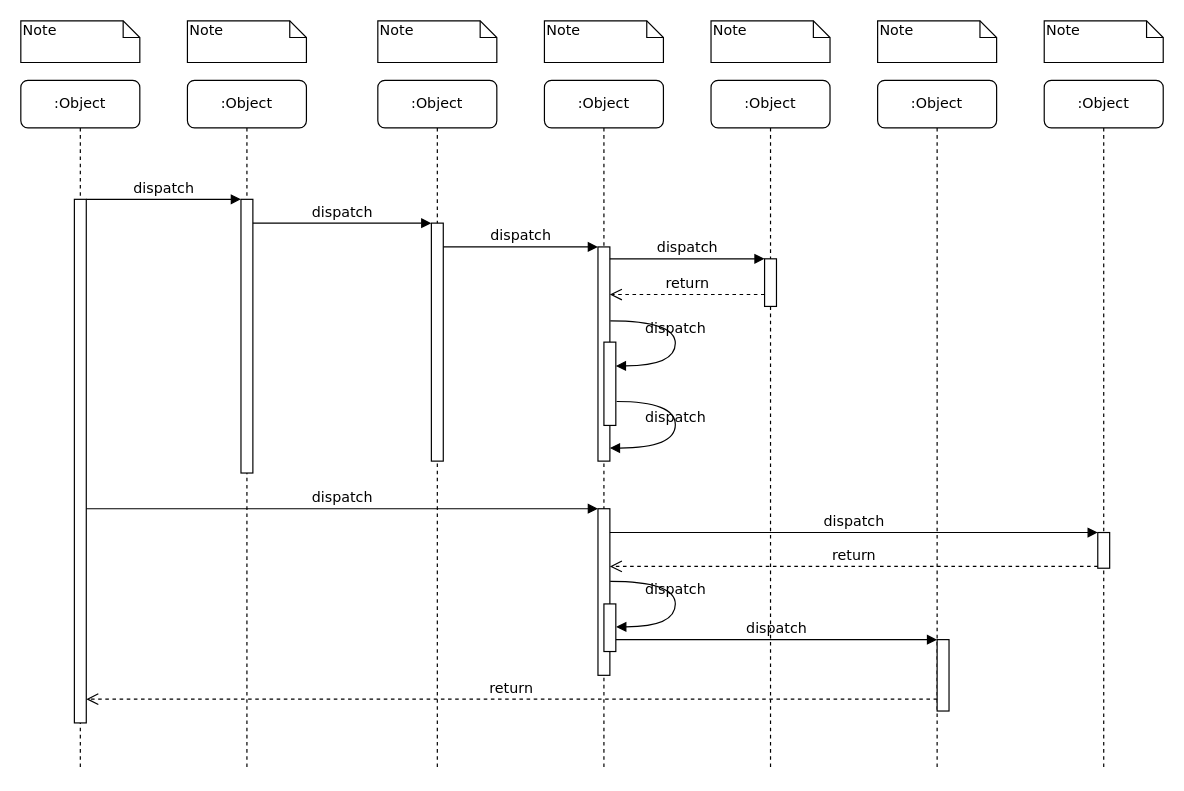
Before: 未命名绘图.drawio in zylhorse/diagrams, a draw.io diagram. Source tidied: cells renumbered, new cells numbered last; positions are measured from the earlier drawing's top-left corner, leaving out a move shared by most shapes. Both pictures are drawn from the tidied source at 119%, with x=0, y=0 at pixel (20, 20).
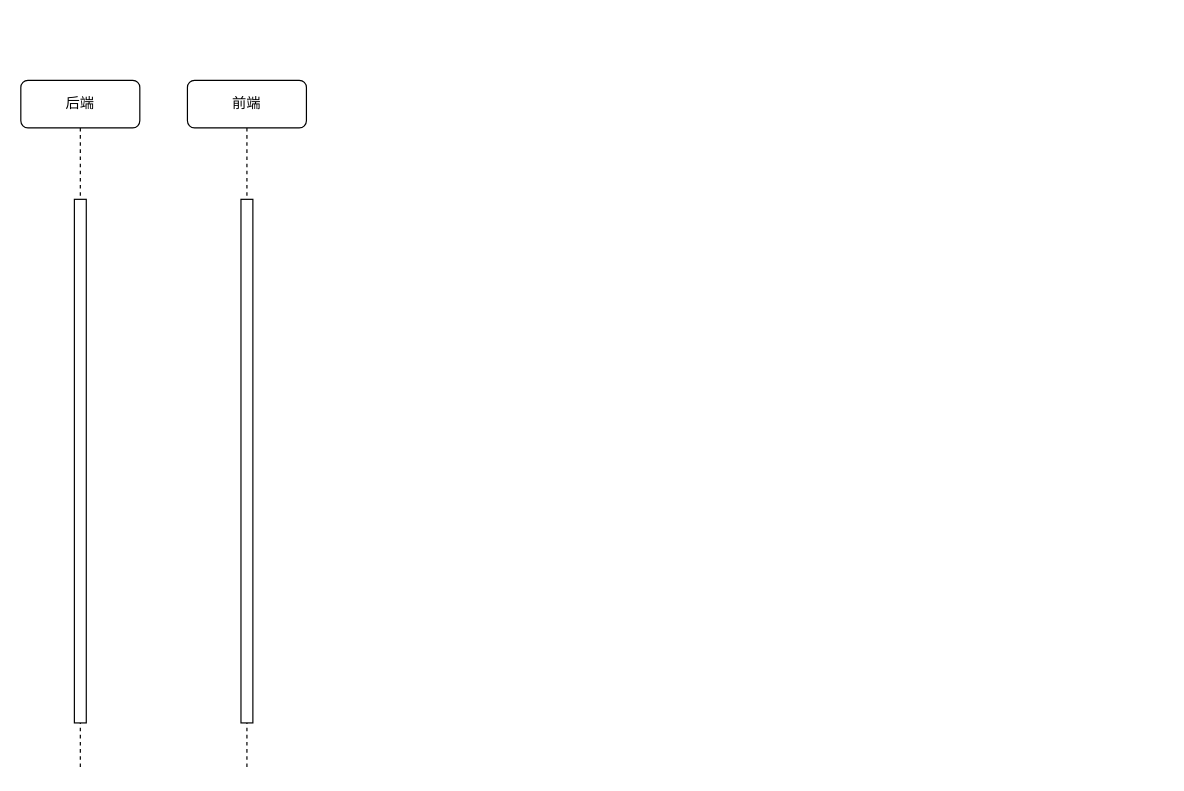
The same page after the edit.

The change refers to these unchanged cells:
```xml
<mxCell id="11" style="html=1;points=[];perimeter=orthogonalPerimeter;rounded=0;shadow=0;comic=0;labelBackgroundColor=none;strokeWidth=1;fontFamily=Verdana;fontSize=12;align=center;" parent="10" vertex="1">
  <mxGeometry x="45" y="100" width="10" height="440" as="geometry" />
</mxCell>
```

What changed in the source:
```diff
@@
-    <mxCell id="2" value=":Object" style="shape=umlLifeline;perimeter=lifelinePerimeter;whiteSpace=wrap;html=1;rounded=1;shadow=0;comic=0;labelBackgroundColor=none;strokeWidth=1;fontFamily=Verdana;fontSize=12;align=center;" parent="1" vertex="1">
+    <mxCell id="2" value="前端" style="shape=umlLifeline;perimeter=lifelinePerimeter;whiteSpace=wrap;html=1;rounded=1;shadow=0;comic=0;labelBackgroundColor=none;strokeWidth=1;fontFamily=Verdana;fontSize=12;align=center;" parent="1" vertex="1">
       <mxGeometry x="140" y="50" width="100" height="580" as="geometry" />
     </mxCell>
     <mxCell id="3" style="html=1;points=[];perimeter=orthogonalPerimeter;rounded=0;shadow=0;comic=0;labelBackgroundColor=none;strokeWidth=1;fontFamily=Verdana;fontSize=12;align=center;" parent="2" vertex="1">
-      <mxGeometry x="45" y="100" width="10" height="230" as="geometry" />
+      <mxGeometry x="45" y="100" width="10" height="440" as="geometry" />
     </mxCell>
-    <mxCell id="4" value=":Object" style="shape=umlLifeline;perimeter=lifelinePerimeter;whiteSpace=wrap;html=1;rounded=1;shadow=0;comic=0;labelBackgroundColor=none;strokeWidth=1;fontFamily=Verdana;fontSize=12;align=center;" parent="1" vertex="1">
-      <mxGeometry x="300" y="50" width="100" height="580" as="geometry" />
-    </mxCell>
-    <mxCell id="5" style="html=1;points=[];perimeter=orthogonalPerimeter;rounded=0;shadow=0;comic=0;labelBackgroundColor=none;strokeWidth=1;fontFamily=Verdana;fontSize=12;align=center;" parent="4" vertex="1">
-      <mxGeometry x="45" y="120" width="10" height="200" as="geometry" />
-    </mxCell>
-    <mxCell id="6" value=":Object" style="shape=umlLifeline;perimeter=lifelinePerimeter;whiteSpace=wrap;html=1;rounded=1;shadow=0;comic=0;labelBackgroundColor=none;strokeWidth=1;fontFamily=Verdana;fontSize=12;align=center;" parent="1" vertex="1">
-      <mxGeometry x="440" y="50" width="100" height="580" as="geometry" />
-    </mxCell>
-    <mxCell id="7" value=":Object" style="shape=umlLifeline;perimeter=lifelinePerimeter;whiteSpace=wrap;html=1;rounded=1;shadow=0;comic=0;labelBackgroundColor=none;strokeWidth=1;fontFamily=Verdana;fontSize=12;align=center;" parent="1" vertex="1">
-      <mxGeometry x="580" y="50" width="100" height="580" as="geometry" />
-    </mxCell>
-    <mxCell id="8" value=":Object" style="shape=umlLifeline;perimeter=lifelinePerimeter;whiteSpace=wrap;html=1;rounded=1;shadow=0;comic=0;labelBackgroundColor=none;strokeWidth=1;fontFamily=Verdana;fontSize=12;align=center;" parent="1" vertex="1">
-      <mxGeometry x="720" y="50" width="100" height="580" as="geometry" />
-    </mxCell>
-    <mxCell id="9" value=":Object" style="shape=umlLifeline;perimeter=lifelinePerimeter;whiteSpace=wrap;html=1;rounded=1;shadow=0;comic=0;labelBackgroundColor=none;strokeWidth=1;fontFamily=Verdana;fontSize=12;align=center;" parent="1" vertex="1">
-      <mxGeometry x="860" y="50" width="100" height="580" as="geometry" />
-    </mxCell>
-    <mxCell id="10" value=":Object" style="shape=umlLifeline;perimeter=lifelinePerimeter;whiteSpace=wrap;html=1;rounded=1;shadow=0;comic=0;labelBackgroundColor=none;strokeWidth=1;fontFamily=Verdana;fontSize=12;align=center;" parent="1" vertex="1">
+    <mxCell id="10" value="后端" style="shape=umlLifeline;perimeter=lifelinePerimeter;whiteSpace=wrap;html=1;rounded=1;shadow=0;comic=0;labelBackgroundColor=none;strokeWidth=1;fontFamily=Verdana;fontSize=12;align=center;" parent="1" vertex="1">
       <mxGeometry y="50" width="100" height="580" as="geometry" />
     </mxCell>
@@
-    <mxCell id="12" style="html=1;points=[];perimeter=orthogonalPerimeter;rounded=0;shadow=0;comic=0;labelBackgroundColor=none;strokeWidth=1;fontFamily=Verdana;fontSize=12;align=center;" parent="1" vertex="1">
-      <mxGeometry x="485" y="190" width="10" height="180" as="geometry" />
-    </mxCell>
-    <mxCell id="13" value="dispatch" style="html=1;verticalAlign=bottom;endArrow=block;labelBackgroundColor=none;fontFamily=Verdana;fontSize=12;edgeStyle=elbowEdgeStyle;elbow=vertical;" parent="1" edge="1" source="5" target="12">
-      <mxGeometry relative="1" as="geometry">
-        <Array as="points">
-          <mxPoint x="360" y="190" />
-        </Array>
-      </mxGeometry>
-    </mxCell>
-    <mxCell id="14" style="html=1;points=[];perimeter=orthogonalPerimeter;rounded=0;shadow=0;comic=0;labelBackgroundColor=none;strokeWidth=1;fontFamily=Verdana;fontSize=12;align=center;" parent="1" vertex="1">
-      <mxGeometry x="625" y="200" width="10" height="40" as="geometry" />
-    </mxCell>
-    <mxCell id="15" value="dispatch" style="html=1;verticalAlign=bottom;endArrow=block;entryX=0;entryY=0;labelBackgroundColor=none;fontFamily=Verdana;fontSize=12;edgeStyle=elbowEdgeStyle;elbow=vertical;" parent="1" edge="1" source="12" target="14">
-      <mxGeometry relative="1" as="geometry" />
-    </mxCell>
-    <mxCell id="16" value="return" style="html=1;verticalAlign=bottom;endArrow=open;dashed=1;endSize=8;labelBackgroundColor=none;fontFamily=Verdana;fontSize=12;edgeStyle=elbowEdgeStyle;elbow=vertical;" parent="1" edge="1" source="14" target="12">
-      <mxGeometry relative="1" as="geometry">
-        <Array as="points">
-          <mxPoint x="570" y="230" />
-          <mxPoint x="600" y="230" />
-        </Array>
-      </mxGeometry>
-    </mxCell>
-    <mxCell id="17" style="html=1;points=[];perimeter=orthogonalPerimeter;rounded=0;shadow=0;comic=0;labelBackgroundColor=none;strokeWidth=1;fontFamily=Verdana;fontSize=12;align=center;" parent="1" vertex="1">
-      <mxGeometry x="485" y="410" width="10" height="140" as="geometry" />
-    </mxCell>
-    <mxCell id="18" value="dispatch" style="html=1;verticalAlign=bottom;endArrow=block;entryX=0;entryY=0;labelBackgroundColor=none;fontFamily=Verdana;fontSize=12;" parent="1" edge="1" source="11" target="17">
-      <mxGeometry relative="1" as="geometry" />
-    </mxCell>
-    <mxCell id="19" style="html=1;points=[];perimeter=orthogonalPerimeter;rounded=0;shadow=0;comic=0;labelBackgroundColor=none;strokeColor=#000000;strokeWidth=1;fillColor=#FFFFFF;fontFamily=Verdana;fontSize=12;fontColor=#000000;align=center;" parent="1" vertex="1">
-      <mxGeometry x="905" y="430" width="10" height="30" as="geometry" />
-    </mxCell>
-    <mxCell id="20" value="dispatch" style="html=1;verticalAlign=bottom;endArrow=block;entryX=0;entryY=0;labelBackgroundColor=none;fontFamily=Verdana;fontSize=12;" parent="1" edge="1" source="17" target="19">
-      <mxGeometry relative="1" as="geometry" />
-    </mxCell>
-    <mxCell id="21" value="return" style="html=1;verticalAlign=bottom;endArrow=open;dashed=1;endSize=8;exitX=0;exitY=0.95;labelBackgroundColor=none;fontFamily=Verdana;fontSize=12;" parent="1" edge="1" source="19" target="17">
-      <mxGeometry relative="1" as="geometry" />
-    </mxCell>
-    <mxCell id="22" style="html=1;points=[];perimeter=orthogonalPerimeter;rounded=0;shadow=0;comic=0;labelBackgroundColor=none;strokeWidth=1;fontFamily=Verdana;fontSize=12;align=center;" parent="1" vertex="1">
-      <mxGeometry x="770" y="520" width="10" height="60" as="geometry" />
-    </mxCell>
-    <mxCell id="23" value="dispatch" style="html=1;verticalAlign=bottom;endArrow=block;entryX=0;entryY=0;labelBackgroundColor=none;fontFamily=Verdana;fontSize=12;edgeStyle=elbowEdgeStyle;elbow=vertical;" parent="1" edge="1" source="30" target="22">
-      <mxGeometry relative="1" as="geometry" />
-    </mxCell>
-    <mxCell id="24" value="return" style="html=1;verticalAlign=bottom;endArrow=open;dashed=1;endSize=8;labelBackgroundColor=none;fontFamily=Verdana;fontSize=12;edgeStyle=elbowEdgeStyle;elbow=vertical;" parent="1" edge="1" source="22" target="11">
-      <mxGeometry relative="1" as="geometry">
-        <Array as="points">
-          <mxPoint x="470" y="570" />
-        </Array>
-      </mxGeometry>
-    </mxCell>
-    <mxCell id="25" value="dispatch" style="html=1;verticalAlign=bottom;endArrow=block;entryX=0;entryY=0;labelBackgroundColor=none;fontFamily=Verdana;fontSize=12;edgeStyle=elbowEdgeStyle;elbow=vertical;" parent="1" edge="1" source="11" target="3">
-      <mxGeometry relative="1" as="geometry" />
-    </mxCell>
-    <mxCell id="26" value="dispatch" style="html=1;verticalAlign=bottom;endArrow=block;entryX=0;entryY=0;labelBackgroundColor=none;fontFamily=Verdana;fontSize=12;edgeStyle=elbowEdgeStyle;elbow=vertical;" parent="1" edge="1" source="3" target="5">
-      <mxGeometry relative="1" as="geometry" />
-    </mxCell>
-    <mxCell id="27" style="html=1;points=[];perimeter=orthogonalPerimeter;rounded=0;shadow=0;comic=0;labelBackgroundColor=none;strokeWidth=1;fontFamily=Verdana;fontSize=12;align=center;" parent="1" vertex="1">
-      <mxGeometry x="490" y="270" width="10" height="70" as="geometry" />
-    </mxCell>
-    <mxCell id="28" value="dispatch" style="html=1;verticalAlign=bottom;endArrow=block;labelBackgroundColor=none;fontFamily=Verdana;fontSize=12;elbow=vertical;edgeStyle=orthogonalEdgeStyle;curved=1;entryX=1;entryY=0.286;entryPerimeter=0;exitX=1.038;exitY=0.345;exitPerimeter=0;" parent="1" edge="1" source="12" target="27">
-      <mxGeometry relative="1" as="geometry">
-        <Array as="points">
-          <mxPoint x="550" y="252" />
-          <mxPoint x="550" y="290" />
-        </Array>
-      </mxGeometry>
-    </mxCell>
-    <mxCell id="29" value="dispatch" style="html=1;verticalAlign=bottom;endArrow=block;labelBackgroundColor=none;fontFamily=Verdana;fontSize=12;elbow=vertical;edgeStyle=orthogonalEdgeStyle;curved=1;exitX=1.066;exitY=0.713;exitPerimeter=0;" parent="1" edge="1" source="27">
-      <mxGeometry relative="1" as="geometry">
-        <mxPoint x="495" y="359" as="targetPoint" />
-        <Array as="points">
-          <mxPoint x="550" y="320" />
-          <mxPoint x="550" y="359" />
-        </Array>
-      </mxGeometry>
-    </mxCell>
-    <mxCell id="30" style="html=1;points=[];perimeter=orthogonalPerimeter;rounded=0;shadow=0;comic=0;labelBackgroundColor=none;strokeWidth=1;fontFamily=Verdana;fontSize=12;align=center;" parent="1" vertex="1">
-      <mxGeometry x="490" y="490" width="10" height="40" as="geometry" />
-    </mxCell>
-    <mxCell id="31" value="dispatch" style="html=1;verticalAlign=bottom;endArrow=block;labelBackgroundColor=none;fontFamily=Verdana;fontSize=12;elbow=vertical;edgeStyle=orthogonalEdgeStyle;curved=1;entryX=1;entryY=0.286;entryPerimeter=0;exitX=1.038;exitY=0.345;exitPerimeter=0;" parent="1" edge="1">
-      <mxGeometry relative="1" as="geometry">
-        <mxPoint x="495.3" y="471" as="sourcePoint" />
-        <mxPoint x="500.3" y="509.3" as="targetPoint" />
-        <Array as="points">
-          <mxPoint x="550" y="471" />
-          <mxPoint x="550" y="509" />
-        </Array>
-      </mxGeometry>
-    </mxCell>
-    <mxCell id="32" value="Note" style="shape=note;whiteSpace=wrap;html=1;size=14;verticalAlign=top;align=left;spacingTop=-6;rounded=0;shadow=0;comic=0;labelBackgroundColor=none;strokeWidth=1;fontFamily=Verdana;fontSize=12;" parent="1" vertex="1">
-      <mxGeometry width="100" height="35" as="geometry" />
-    </mxCell>
-    <mxCell id="33" value="Note" style="shape=note;whiteSpace=wrap;html=1;size=14;verticalAlign=top;align=left;spacingTop=-6;rounded=0;shadow=0;comic=0;labelBackgroundColor=none;strokeWidth=1;fontFamily=Verdana;fontSize=12;" parent="1" vertex="1">
-      <mxGeometry x="140" width="100" height="35" as="geometry" />
-    </mxCell>
-    <mxCell id="34" value="Note" style="shape=note;whiteSpace=wrap;html=1;size=14;verticalAlign=top;align=left;spacingTop=-6;rounded=0;shadow=0;comic=0;labelBackgroundColor=none;strokeWidth=1;fontFamily=Verdana;fontSize=12;" parent="1" vertex="1">
-      <mxGeometry x="300" width="100" height="35" as="geometry" />
-    </mxCell>
-    <mxCell id="35" value="Note" style="shape=note;whiteSpace=wrap;html=1;size=14;verticalAlign=top;align=left;spacingTop=-6;rounded=0;shadow=0;comic=0;labelBackgroundColor=none;strokeWidth=1;fontFamily=Verdana;fontSize=12;" parent="1" vertex="1">
-      <mxGeometry x="440" width="100" height="35" as="geometry" />
-    </mxCell>
-    <mxCell id="36" value="Note" style="shape=note;whiteSpace=wrap;html=1;size=14;verticalAlign=top;align=left;spacingTop=-6;rounded=0;shadow=0;comic=0;labelBackgroundColor=none;strokeWidth=1;fontFamily=Verdana;fontSize=12;" parent="1" vertex="1">
-      <mxGeometry x="580" width="100" height="35" as="geometry" />
-    </mxCell>
-    <mxCell id="37" value="Note" style="shape=note;whiteSpace=wrap;html=1;size=14;verticalAlign=top;align=left;spacingTop=-6;rounded=0;shadow=0;comic=0;labelBackgroundColor=none;strokeWidth=1;fontFamily=Verdana;fontSize=12;" parent="1" vertex="1">
-      <mxGeometry x="720" width="100" height="35" as="geometry" />
-    </mxCell>
-    <mxCell id="38" value="Note" style="shape=note;whiteSpace=wrap;html=1;size=14;verticalAlign=top;align=left;spacingTop=-6;rounded=0;shadow=0;comic=0;labelBackgroundColor=none;strokeWidth=1;fontFamily=Verdana;fontSize=12;" parent="1" vertex="1">
-      <mxGeometry x="860" width="100" height="35" as="geometry" />
-    </mxCell>
```
